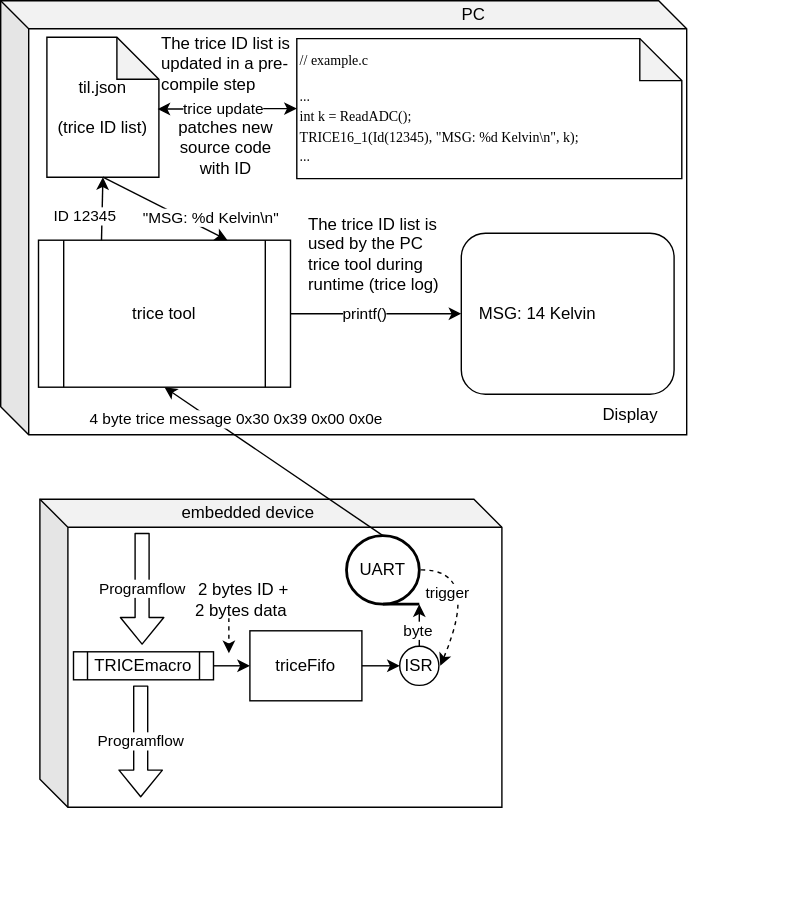
Above: docs/README.media/trice4BlockDiagram.svg in rokath/trice (draw.io), before the change. Source tidied: cells renumbered, new cells last; positions are measured from the earlier drawing's top-left corner, leaving out a move shared by most shapes.
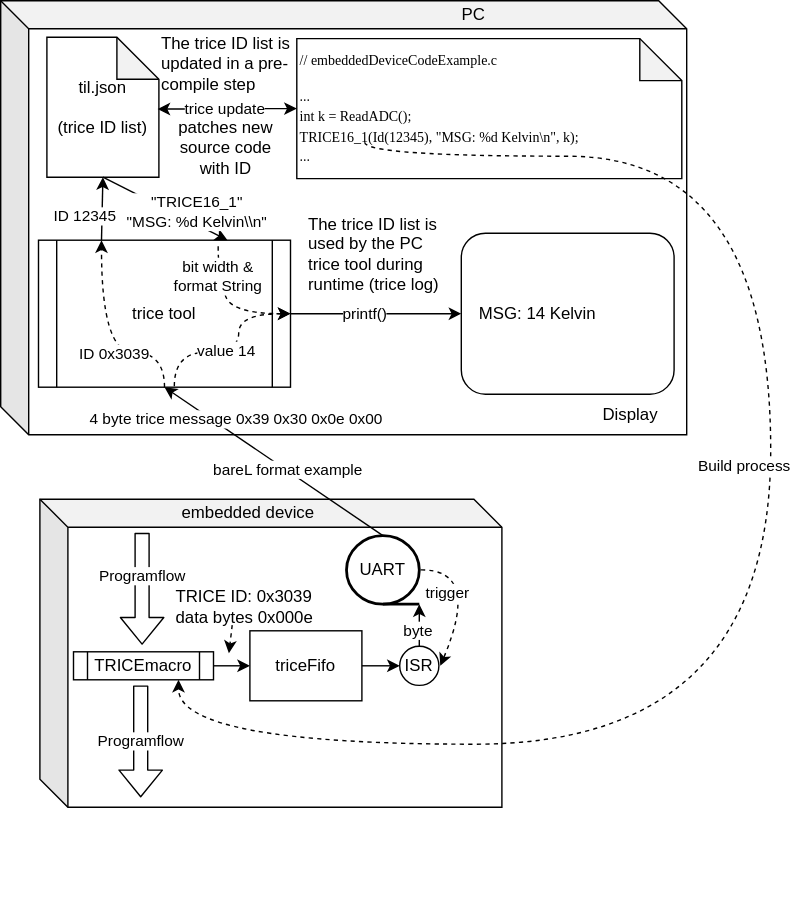
Above is the later version.

Diff of the diagram source:
```diff
@@ -5,7 +5,7 @@
     <mxCell id="2" style="shape=cube;whiteSpace=wrap;html=1;boundedLbl=1;backgroundOutline=1;darkOpacity=0.05;darkOpacity2=0.1;" parent="1" vertex="1">
       <mxGeometry width="490" height="310" as="geometry" />
     </mxCell>
-    <mxCell id="3" value="&lt;pre&gt;&lt;font face=&quot;Lucida Console&quot; style=&quot;font-size: 10px&quot;&gt;// example.c&lt;/font&gt;&lt;/pre&gt;&lt;pre&gt;&lt;font face=&quot;Lucida Console&quot; style=&quot;font-size: 10px&quot;&gt;...&lt;br&gt;&lt;/font&gt;&lt;font face=&quot;Lucida Console&quot; style=&quot;font-size: 10px&quot;&gt;int k = ReadADC();&amp;nbsp; &amp;nbsp; &amp;nbsp; &amp;nbsp; &amp;nbsp; &amp;nbsp; &amp;nbsp; &amp;nbsp; &amp;nbsp; &amp;nbsp; &amp;nbsp; &amp;nbsp; &amp;nbsp; &amp;nbsp; &amp;nbsp; &amp;nbsp; &amp;nbsp; &amp;nbsp; &amp;nbsp; &amp;nbsp; &amp;nbsp;&lt;br&gt;&lt;/font&gt;&lt;font face=&quot;Lucida Console&quot; style=&quot;font-size: 10px&quot;&gt;TRICE16_1(Id(12345),&amp;nbsp;&lt;span style=&quot;background-color: rgb(255 , 255 , 255)&quot;&gt;&quot;MSG: %d Kelvin\n&quot;, k);&lt;br&gt;&lt;/span&gt;&lt;/font&gt;&lt;font face=&quot;Lucida Console&quot; style=&quot;font-size: 10px&quot;&gt;...&amp;nbsp;&lt;/font&gt;&lt;/pre&gt;" style="shape=note;whiteSpace=wrap;html=1;backgroundOutline=1;darkOpacity=0.05;align=left;" parent="1" vertex="1">
+    <mxCell id="3" value="&lt;pre&gt;&lt;font face=&quot;Lucida Console&quot; style=&quot;font-size: 10px&quot;&gt;// embeddedDeviceCodeExample.c&lt;/font&gt;&lt;/pre&gt;&lt;pre&gt;&lt;font face=&quot;Lucida Console&quot; style=&quot;font-size: 10px&quot;&gt;...&lt;br&gt;&lt;/font&gt;&lt;font face=&quot;Lucida Console&quot; style=&quot;font-size: 10px&quot;&gt;int k = ReadADC();&amp;nbsp; &amp;nbsp; &amp;nbsp; &amp;nbsp; &amp;nbsp; &amp;nbsp; &amp;nbsp; &amp;nbsp; &amp;nbsp; &amp;nbsp; &amp;nbsp; &amp;nbsp; &amp;nbsp; &amp;nbsp; &amp;nbsp; &amp;nbsp; &amp;nbsp; &amp;nbsp; &amp;nbsp; &amp;nbsp; &amp;nbsp;&lt;br&gt;&lt;/font&gt;&lt;font face=&quot;Lucida Console&quot; style=&quot;font-size: 10px&quot;&gt;TRICE16_1(Id(12345),&amp;nbsp;&lt;span style=&quot;background-color: rgb(255 , 255 , 255)&quot;&gt;&quot;MSG: %d Kelvin\n&quot;, k);&lt;br&gt;&lt;/span&gt;&lt;/font&gt;&lt;font face=&quot;Lucida Console&quot; style=&quot;font-size: 10px&quot;&gt;...&amp;nbsp;&lt;/font&gt;&lt;/pre&gt;" style="shape=note;whiteSpace=wrap;html=1;backgroundOutline=1;darkOpacity=0.05;align=left;" parent="1" vertex="1">
       <mxGeometry x="211.5" y="27" width="275" height="100" as="geometry" />
     </mxCell>
     <mxCell id="4" style="shape=cube;whiteSpace=wrap;html=1;boundedLbl=1;backgroundOutline=1;darkOpacity=0.05;darkOpacity2=0.1;" parent="1" vertex="1">
@@ -18,7 +18,7 @@
       <mxGeometry x="52" y="465" width="100" height="20" as="geometry" />
     </mxCell>
     <mxCell id="7" value="Programflow" style="shape=flexArrow;endArrow=classic;html=1;" parent="1" edge="1">
-      <mxGeometry relative="1" as="geometry">
+      <mxGeometry x="-0.23" relative="1" as="geometry">
         <mxPoint x="101" y="380" as="sourcePoint" />
         <mxPoint x="101" y="460" as="targetPoint" />
       </mxGeometry>
@@ -55,7 +55,7 @@
     <mxCell id="17" value="MSG: 14 Kelvin" style="text;html=1;strokeColor=none;fillColor=none;align=left;verticalAlign=middle;whiteSpace=wrap;rounded=0;" parent="1" vertex="1">
       <mxGeometry x="340" y="213.5" width="90" height="20" as="geometry" />
     </mxCell>
-    <mxCell id="18" value="trice tool" style="shape=process;whiteSpace=wrap;html=1;backgroundOutline=1;" parent="1" vertex="1">
+    <mxCell id="18" value="trice tool" style="shape=process;whiteSpace=wrap;html=1;backgroundOutline=1;size=0.07222222222222222;" parent="1" vertex="1">
       <mxGeometry x="27" y="171" width="180" height="105" as="geometry" />
     </mxCell>
     <mxCell id="19" value="printf()" style="curved=1;endArrow=classic;html=1;exitX=1;exitY=0.5;exitDx=0;exitDy=0;entryX=0;entryY=0.5;entryDx=0;entryDy=0;" parent="1" edge="1" source="18" target="13">
@@ -79,14 +79,14 @@
         </Array>
       </mxGeometry>
     </mxCell>
-    <mxCell id="24" value="&quot;MSG: %d Kelvin\n&quot;" style="endArrow=classic;html=1;shadow=0;exitX=0.5;exitY=1;exitDx=0;exitDy=0;exitPerimeter=0;entryX=0.75;entryY=0;entryDx=0;entryDy=0;" parent="1" edge="1" source="11" target="18">
-      <mxGeometry x="0.65" y="9" relative="1" as="geometry" />
+    <mxCell id="24" value="&quot;TRICE16_1&quot;&lt;br&gt;&quot;MSG: %d Kelvin\\n&quot;" style="endArrow=classic;html=1;shadow=0;exitX=0.5;exitY=1;exitDx=0;exitDy=0;exitPerimeter=0;entryX=0.75;entryY=0;entryDx=0;entryDy=0;" parent="1" edge="1" source="11" target="18">
+      <mxGeometry x="0.43" y="8" relative="1" as="geometry" />
     </mxCell>
     <mxCell id="25" value="UART" style="strokeWidth=2;html=1;shape=mxgraph.flowchart.sequential_data;whiteSpace=wrap;" parent="1" vertex="1">
       <mxGeometry x="247" y="382" width="52" height="49" as="geometry" />
     </mxCell>
-    <mxCell id="26" value="&lt;span&gt;&amp;nbsp;2 bytes ID&amp;nbsp;&lt;/span&gt;&lt;span&gt;+ 2 bytes data&lt;/span&gt;" style="text;html=1;strokeColor=none;fillColor=none;align=center;verticalAlign=middle;whiteSpace=wrap;rounded=0;" parent="1" vertex="1">
-      <mxGeometry x="135" y="418" width="74" height="20" as="geometry" />
+    <mxCell id="26" value="&lt;span&gt;&amp;nbsp;TRICE ID: 0x3039&amp;nbsp;&lt;br&gt;&amp;nbsp;&lt;/span&gt;&lt;span&gt;data bytes 0x000e&lt;/span&gt;" style="text;html=1;strokeColor=none;fillColor=none;align=left;verticalAlign=middle;whiteSpace=wrap;rounded=0;" parent="1" vertex="1">
+      <mxGeometry x="120" y="423" width="120" height="20" as="geometry" />
     </mxCell>
     <mxCell id="27" style="curved=1;endArrow=classic;html=1;shadow=0;dashed=1;exitX=0.378;exitY=1.15;exitDx=0;exitDy=0;exitPerimeter=0;" parent="1" edge="1" source="26">
       <mxGeometry relative="1" as="geometry">
@@ -102,11 +102,14 @@
     <mxCell id="29" style="endArrow=classic;html=1;entryX=0.5;entryY=1;entryDx=0;entryDy=0;exitX=0.5;exitY=0;exitDx=0;exitDy=0;exitPerimeter=0;" parent="1" edge="1" source="25" target="18">
       <mxGeometry relative="1" as="geometry" />
     </mxCell>
-    <mxCell id="30" value="4 byte trice message 0x30 0x39 0x00 0x0e" style="edgeLabel;html=1;align=center;verticalAlign=middle;" parent="29" vertex="1">
+    <mxCell id="30" value="4 byte trice message 0x39 0x30 0x0e 0x00" style="edgeLabel;html=1;align=center;verticalAlign=middle;" parent="29" vertex="1">
       <mxGeometry x="0.36" relative="1" as="geometry">
         <mxPoint y="-12" as="offset" />
       </mxGeometry>
     </mxCell>
+    <mxCell id="37" value="bareL format example" style="edgeLabel;html=1;align=center;verticalAlign=middle;" parent="29" vertex="1">
+      <mxGeometry x="-0.12" y="-1" relative="1" as="geometry" />
+    </mxCell>
     <mxCell id="31" value="The trice ID list is used by the PC trice tool during runtime (trice log)" style="text;html=1;strokeColor=none;fillColor=none;align=left;verticalAlign=middle;whiteSpace=wrap;rounded=0;" parent="1" vertex="1">
       <mxGeometry x="218" y="161" width="102" height="40" as="geometry" />
     </mxCell>
@@ -127,5 +130,61 @@
     <mxCell id="36" value="patches new source code with ID" style="text;html=1;strokeColor=none;fillColor=none;align=center;verticalAlign=middle;whiteSpace=wrap;rounded=0;" parent="1" vertex="1">
       <mxGeometry x="125.2" y="80" width="71.5" height="50" as="geometry" />
     </mxCell>
+    <mxCell id="38" style="edgeStyle=orthogonalEdgeStyle;curved=1;rounded=0;jettySize=auto;html=1;entryX=0.75;entryY=1;entryDx=0;entryDy=0;dashed=1;" parent="1" edge="1" target="6">
+      <mxGeometry relative="1" as="geometry">
+        <mxPoint x="260" y="101" as="sourcePoint" />
+        <Array as="points">
+          <mxPoint x="550" y="111" />
+          <mxPoint x="550" y="531" />
+          <mxPoint x="127" y="531" />
+        </Array>
+      </mxGeometry>
+    </mxCell>
+    <mxCell id="39" value="Build process" style="edgeLabel;html=1;align=center;verticalAlign=middle;" parent="38" vertex="1">
+      <mxGeometry x="0.02" y="-14" relative="1" as="geometry">
+        <mxPoint x="-6" y="-85" as="offset" />
+      </mxGeometry>
+    </mxCell>
+    <mxCell id="40" style="edgeStyle=orthogonalEdgeStyle;curved=1;rounded=0;orthogonalLoop=1;jettySize=auto;html=1;exitX=0.5;exitY=1;exitDx=0;exitDy=0;entryX=0.25;entryY=0;entryDx=0;entryDy=0;dashed=1;" parent="1" edge="1" source="18" target="18">
+      <mxGeometry relative="1" as="geometry">
+        <Array as="points">
+          <mxPoint x="117" y="251" />
+          <mxPoint x="72" y="251" />
+        </Array>
+      </mxGeometry>
+    </mxCell>
+    <mxCell id="41" value="ID 0x3039" style="edgeLabel;html=1;align=center;verticalAlign=middle;" parent="40" vertex="1">
+      <mxGeometry x="0.7" y="4" relative="1" as="geometry">
+        <mxPoint x="12" y="57" as="offset" />
+      </mxGeometry>
+    </mxCell>
+    <mxCell id="42" style="edgeStyle=orthogonalEdgeStyle;curved=1;rounded=0;orthogonalLoop=1;jettySize=auto;html=1;exitX=0.539;exitY=0.994;exitDx=0;exitDy=0;entryX=1;entryY=0.5;entryDx=0;entryDy=0;dashed=1;exitPerimeter=0;" parent="1" edge="1" source="18" target="18">
+      <mxGeometry relative="1" as="geometry">
+        <Array as="points">
+          <mxPoint x="124" y="251" />
+          <mxPoint x="170" y="251" />
+          <mxPoint x="170" y="224" />
+        </Array>
+      </mxGeometry>
+    </mxCell>
+    <mxCell id="43" value="value 14" style="edgeLabel;html=1;align=center;verticalAlign=middle;" parent="42" vertex="1">
+      <mxGeometry x="0.7" y="4" relative="1" as="geometry">
+        <mxPoint x="-25.1" y="29.5" as="offset" />
+      </mxGeometry>
+    </mxCell>
+    <mxCell id="44" style="edgeStyle=orthogonalEdgeStyle;curved=1;rounded=0;orthogonalLoop=1;jettySize=auto;html=1;exitX=0.713;exitY=0.041;exitDx=0;exitDy=0;entryX=1;entryY=0.5;entryDx=0;entryDy=0;dashed=1;exitPerimeter=0;" parent="1" edge="1" source="18" target="18">
+      <mxGeometry relative="1" as="geometry">
+        <Array as="points">
+          <mxPoint x="155" y="191" />
+          <mxPoint x="160" y="191" />
+          <mxPoint x="160" y="224" />
+        </Array>
+      </mxGeometry>
+    </mxCell>
+    <mxCell id="45" value="bit width &amp;amp;&lt;br&gt;format String" style="edgeLabel;html=1;align=center;verticalAlign=middle;" parent="44" vertex="1">
+      <mxGeometry x="0.7" y="4" relative="1" as="geometry">
+        <mxPoint x="-38.1" y="-23.5" as="offset" />
+      </mxGeometry>
+    </mxCell>
   </root>
 </mxGraphModel>
```
